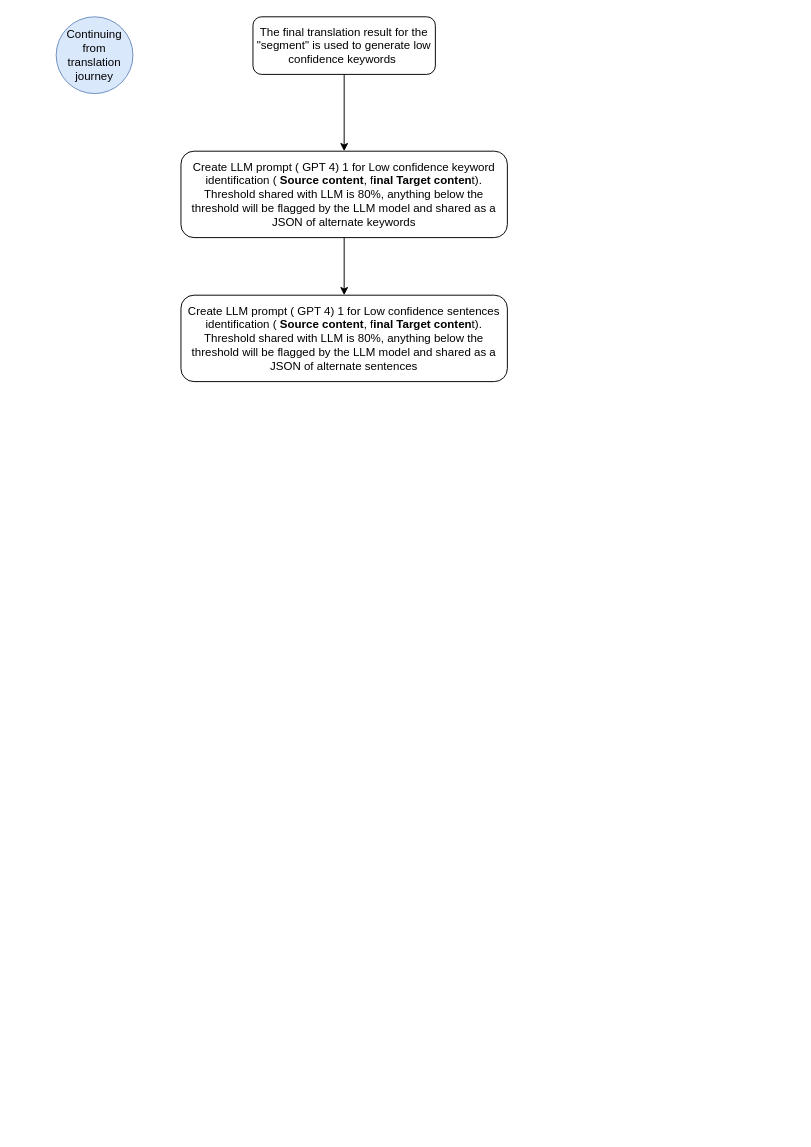
nsareen-oa/diagrams keeps this draw.io diagram as page "Post Translation" (3 of 3) of GenAI_WSF_Translation_Process_Flow.drawio. Above is the earlier version. Source tidied: cells renumbered, new cells numbered last; positions are measured from the earlier drawing's top-left corner, leaving out a move shared by most shapes. Both pictures are drawn from the tidied source at 96%, with x=0, y=0 at pixel (56, 16).
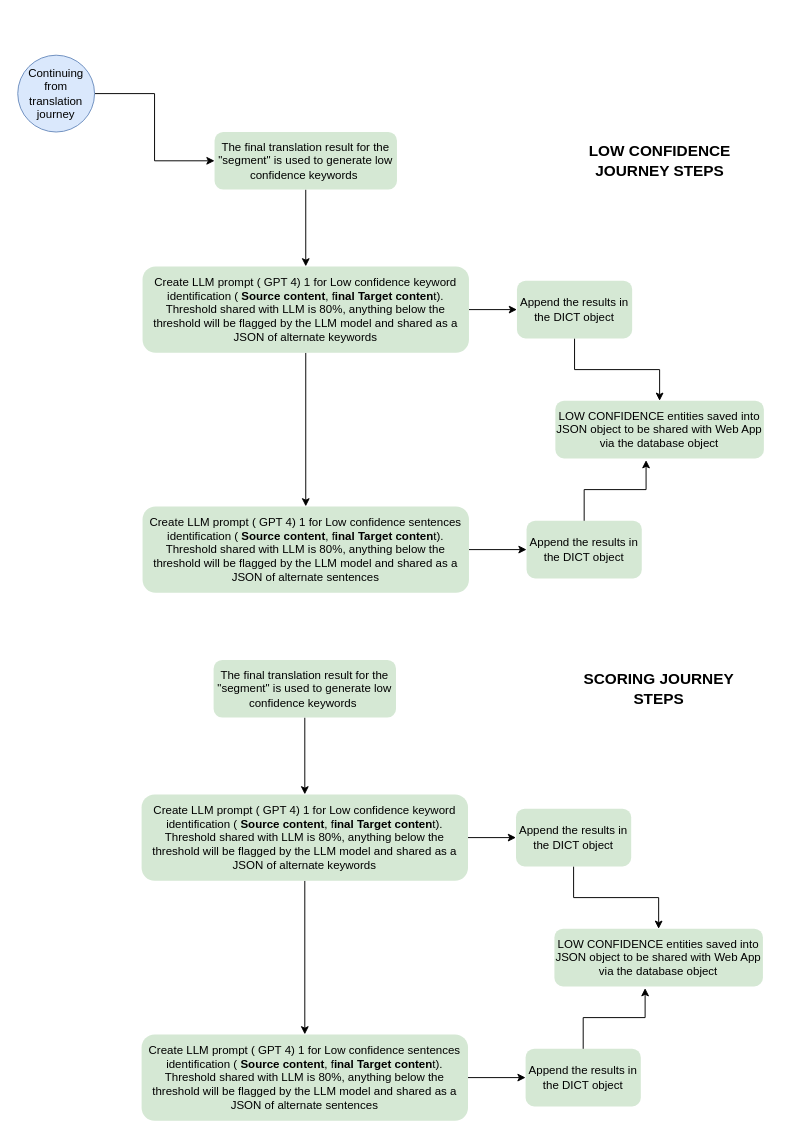
After the change.

Change to the diagram source:
```diff
@@
+    <mxCell id="8" style="rounded=0;whiteSpace=wrap;html=1;strokeColor=none;" parent="1" vertex="1">
+      <mxGeometry x="-40" y="120" width="810" height="490" as="geometry" />
+    </mxCell>
@@
-    <mxCell id="3" value="The final translation result for the &quot;segment&quot; is used to generate low confidence keywords&amp;nbsp;" style="rounded=1;whiteSpace=wrap;html=1;" parent="1" vertex="1">
-      <mxGeometry x="205" width="190" height="60" as="geometry" />
+    <mxCell id="3" value="The final translation result for the &quot;segment&quot; is used to generate low confidence keywords&amp;nbsp;" style="rounded=1;whiteSpace=wrap;html=1;fillColor=#d5e8d4;strokeColor=none;" parent="1" vertex="1">
+      <mxGeometry x="165" y="120" width="190" height="60" as="geometry" />
     </mxCell>
@@
+    <mxCell id="9" style="edgeStyle=orthogonalEdgeStyle;rounded=0;jettySize=auto;html=1;" parent="1" edge="1" source="5" target="13">
+      <mxGeometry relative="1" as="geometry" />
+    </mxCell>
-    <mxCell id="5" value="Create LLM prompt ( GPT 4) 1 for Low confidence keyword identification ( &lt;b&gt;Source content&lt;/b&gt;, f&lt;b&gt;inal Target conten&lt;/b&gt;t). Threshold shared with LLM is 80%, anything below the threshold will be flagged by the LLM model and shared as a JSON of alternate keywords" style="whiteSpace=wrap;html=1;rounded=1;" parent="1" vertex="1">
-      <mxGeometry x="130" y="140" width="340" height="90" as="geometry" />
+    <mxCell id="5" value="Create LLM prompt ( GPT 4) 1 for Low confidence keyword identification ( &lt;b&gt;Source content&lt;/b&gt;, f&lt;b&gt;inal Target conten&lt;/b&gt;t). Threshold shared with LLM is 80%, anything below the threshold will be flagged by the LLM model and shared as a JSON of alternate keywords" style="whiteSpace=wrap;html=1;rounded=1;fillColor=#d5e8d4;strokeColor=none;" parent="1" vertex="1">
+      <mxGeometry x="90" y="260" width="340" height="90" as="geometry" />
     </mxCell>
+    <mxCell id="10" style="edgeStyle=orthogonalEdgeStyle;rounded=0;jettySize=auto;html=1;entryX=0;entryY=0.5;entryDx=0;entryDy=0;" parent="1" edge="1" source="6" target="14">
+      <mxGeometry relative="1" as="geometry" />
+    </mxCell>
-    <mxCell id="6" value="Create LLM prompt ( GPT 4) 1 for Low confidence sentences identification ( &lt;b&gt;Source content&lt;/b&gt;, f&lt;b&gt;inal Target conten&lt;/b&gt;t). Threshold shared with LLM is 80%, anything below the threshold will be flagged by the LLM model and shared as a JSON of alternate sentences" style="whiteSpace=wrap;html=1;rounded=1;" parent="1" vertex="1">
-      <mxGeometry x="130" y="290" width="340" height="90" as="geometry" />
+    <mxCell id="6" value="Create LLM prompt ( GPT 4) 1 for Low confidence sentences identification ( &lt;b&gt;Source content&lt;/b&gt;, f&lt;b&gt;inal Target conten&lt;/b&gt;t). Threshold shared with LLM is 80%, anything below the threshold will be flagged by the LLM model and shared as a JSON of alternate sentences" style="whiteSpace=wrap;html=1;rounded=1;fillColor=#d5e8d4;strokeColor=none;" parent="1" vertex="1">
+      <mxGeometry x="90" y="510" width="340" height="90" as="geometry" />
     </mxCell>
+    <mxCell id="11" style="edgeStyle=orthogonalEdgeStyle;rounded=0;jettySize=auto;html=1;" parent="1" edge="1" source="7" target="3">
+      <mxGeometry relative="1" as="geometry" />
+    </mxCell>
     <mxCell id="7" value="Continuing from translation journey" style="ellipse;whiteSpace=wrap;html=1;fillColor=#dae8fc;strokeColor=#6c8ebf;" parent="1" vertex="1">
-      <mxGeometry width="80" height="80" as="geometry" />
+      <mxGeometry x="-40" y="40" width="80" height="80" as="geometry" />
     </mxCell>
+    <mxCell id="12" style="edgeStyle=orthogonalEdgeStyle;rounded=0;jettySize=auto;html=1;entryX=0.5;entryY=0;entryDx=0;entryDy=0;" parent="1" edge="1" source="13" target="15">
+      <mxGeometry relative="1" as="geometry" />
+    </mxCell>
+    <mxCell id="13" value="Append the results in the DICT object" style="whiteSpace=wrap;html=1;rounded=1;fillColor=#d5e8d4;strokeColor=none;" parent="1" vertex="1">
+      <mxGeometry x="480" y="275" width="120" height="60" as="geometry" />
+    </mxCell>
+    <mxCell id="14" value="Append the results in the DICT object" style="whiteSpace=wrap;html=1;rounded=1;fillColor=#d5e8d4;strokeColor=none;" parent="1" vertex="1">
+      <mxGeometry x="490" y="525" width="120" height="60" as="geometry" />
+    </mxCell>
+    <mxCell id="15" value="LOW CONFIDENCE entities saved into JSON object to be shared with Web App via the database object" style="whiteSpace=wrap;html=1;fillColor=#d5e8d4;strokeColor=none;rounded=1;" parent="1" vertex="1">
+      <mxGeometry x="520" y="400" width="217.2" height="60" as="geometry" />
+    </mxCell>
+    <mxCell id="16" style="edgeStyle=orthogonalEdgeStyle;rounded=0;jettySize=auto;html=1;entryX=0.435;entryY=1.03;entryDx=0;entryDy=0;entryPerimeter=0;" parent="1" edge="1" source="14" target="15">
+      <mxGeometry relative="1" as="geometry" />
+    </mxCell>
+    <mxCell id="17" value="LOW CONFIDENCE JOURNEY STEPS" style="text;html=1;align=center;verticalAlign=middle;whiteSpace=wrap;rounded=0;fontSize=16;fontStyle=1;" parent="1" vertex="1">
+      <mxGeometry x="533.6" y="135" width="190" height="30" as="geometry" />
+    </mxCell>
+    <mxCell id="18" style="rounded=0;whiteSpace=wrap;html=1;strokeColor=none;" parent="1" vertex="1">
+      <mxGeometry x="-41" y="670" width="810" height="490" as="geometry" />
+    </mxCell>
+    <mxCell id="19" style="edgeStyle=orthogonalEdgeStyle;rounded=0;jettySize=auto;html=1;" parent="1" edge="1" source="20" target="23">
+      <mxGeometry relative="1" as="geometry" />
+    </mxCell>
+    <mxCell id="20" value="The final translation result for the &quot;segment&quot; is used to generate low confidence keywords&amp;nbsp;" style="rounded=1;whiteSpace=wrap;html=1;fillColor=#d5e8d4;strokeColor=none;" parent="1" vertex="1">
+      <mxGeometry x="164" y="670" width="190" height="60" as="geometry" />
+    </mxCell>
+    <mxCell id="21" style="edgeStyle=orthogonalEdgeStyle;rounded=0;jettySize=auto;html=1;" parent="1" edge="1" source="23" target="25">
+      <mxGeometry relative="1" as="geometry" />
+    </mxCell>
+    <mxCell id="22" style="edgeStyle=orthogonalEdgeStyle;rounded=0;jettySize=auto;html=1;" parent="1" edge="1" source="23" target="27">
+      <mxGeometry relative="1" as="geometry" />
+    </mxCell>
+    <mxCell id="23" value="Create LLM prompt ( GPT 4) 1 for Low confidence keyword identification ( &lt;b&gt;Source content&lt;/b&gt;, f&lt;b&gt;inal Target conten&lt;/b&gt;t). Threshold shared with LLM is 80%, anything below the threshold will be flagged by the LLM model and shared as a JSON of alternate keywords" style="whiteSpace=wrap;html=1;rounded=1;fillColor=#d5e8d4;strokeColor=none;" parent="1" vertex="1">
+      <mxGeometry x="89" y="810" width="340" height="90" as="geometry" />
+    </mxCell>
+    <mxCell id="24" style="edgeStyle=orthogonalEdgeStyle;rounded=0;jettySize=auto;html=1;entryX=0;entryY=0.5;entryDx=0;entryDy=0;" parent="1" edge="1" source="25" target="28">
+      <mxGeometry relative="1" as="geometry" />
+    </mxCell>
+    <mxCell id="25" value="Create LLM prompt ( GPT 4) 1 for Low confidence sentences identification ( &lt;b&gt;Source content&lt;/b&gt;, f&lt;b&gt;inal Target conten&lt;/b&gt;t). Threshold shared with LLM is 80%, anything below the threshold will be flagged by the LLM model and shared as a JSON of alternate sentences" style="whiteSpace=wrap;html=1;rounded=1;fillColor=#d5e8d4;strokeColor=none;" parent="1" vertex="1">
+      <mxGeometry x="89" y="1060" width="340" height="90" as="geometry" />
+    </mxCell>
+    <mxCell id="26" style="edgeStyle=orthogonalEdgeStyle;rounded=0;jettySize=auto;html=1;entryX=0.5;entryY=0;entryDx=0;entryDy=0;" parent="1" edge="1" source="27" target="29">
+      <mxGeometry relative="1" as="geometry" />
+    </mxCell>
+    <mxCell id="27" value="Append the results in the DICT object" style="whiteSpace=wrap;html=1;rounded=1;fillColor=#d5e8d4;strokeColor=none;" parent="1" vertex="1">
+      <mxGeometry x="479" y="825" width="120" height="60" as="geometry" />
+    </mxCell>
+    <mxCell id="28" value="Append the results in the DICT object" style="whiteSpace=wrap;html=1;rounded=1;fillColor=#d5e8d4;strokeColor=none;" parent="1" vertex="1">
+      <mxGeometry x="489" y="1075" width="120" height="60" as="geometry" />
+    </mxCell>
+    <mxCell id="29" value="LOW CONFIDENCE entities saved into JSON object to be shared with Web App via the database object" style="whiteSpace=wrap;html=1;fillColor=#d5e8d4;strokeColor=none;rounded=1;" parent="1" vertex="1">
+      <mxGeometry x="519" y="950" width="217.2" height="60" as="geometry" />
+    </mxCell>
+    <mxCell id="30" style="edgeStyle=orthogonalEdgeStyle;rounded=0;jettySize=auto;html=1;entryX=0.435;entryY=1.03;entryDx=0;entryDy=0;entryPerimeter=0;" parent="1" edge="1" source="28" target="29">
+      <mxGeometry relative="1" as="geometry" />
+    </mxCell>
+    <mxCell id="31" value="SCORING JOURNEY STEPS" style="text;html=1;align=center;verticalAlign=middle;whiteSpace=wrap;rounded=0;fontSize=16;fontStyle=1;" parent="1" vertex="1">
+      <mxGeometry x="532.6" y="685" width="190" height="30" as="geometry" />
+    </mxCell>
```
